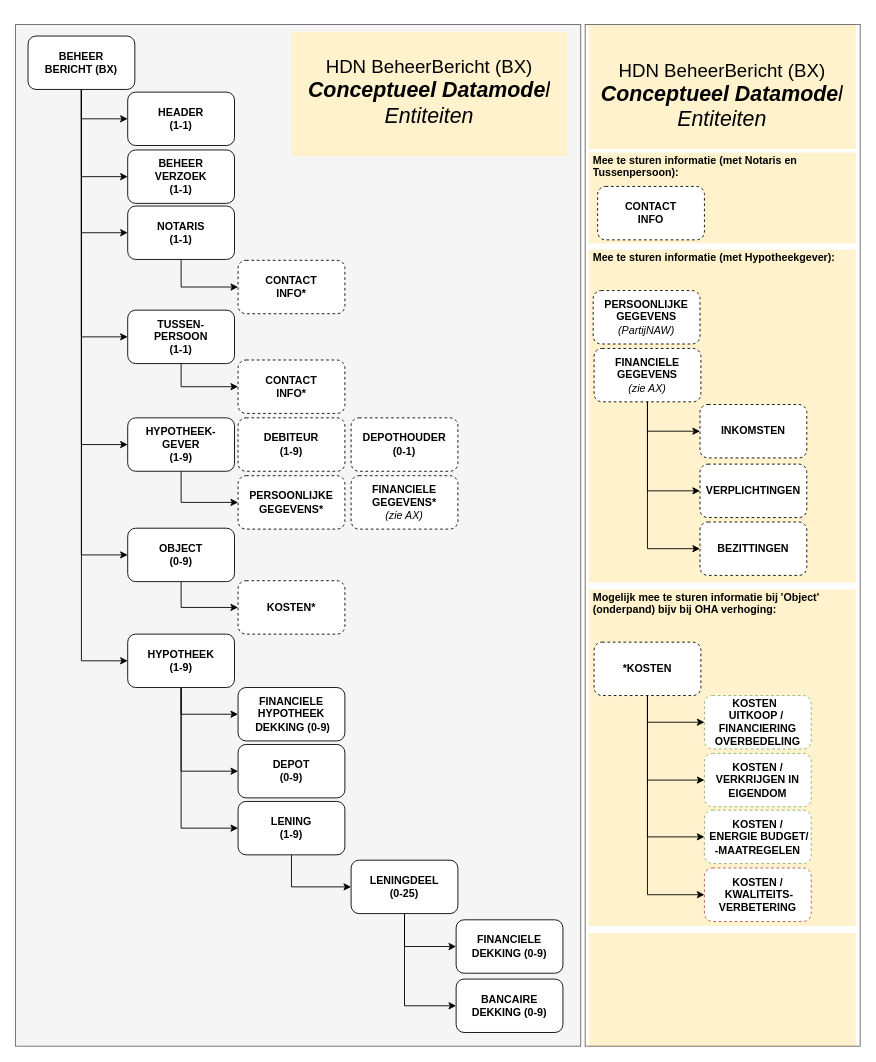
The draw.io diagram page "DataModel BX" (1 of 9) of HDN_BX_MM_OntslagHoofdelijk.drawio in luchthandel/diagrams, before the edit. Source tidied: cells renumbered, new cells numbered last; positions are measured from the earlier drawing's top-left corner, leaving out a move shared by most shapes. Both pictures are drawn from the tidied source at 89%, with x=0, y=0 at pixel (15, 24).
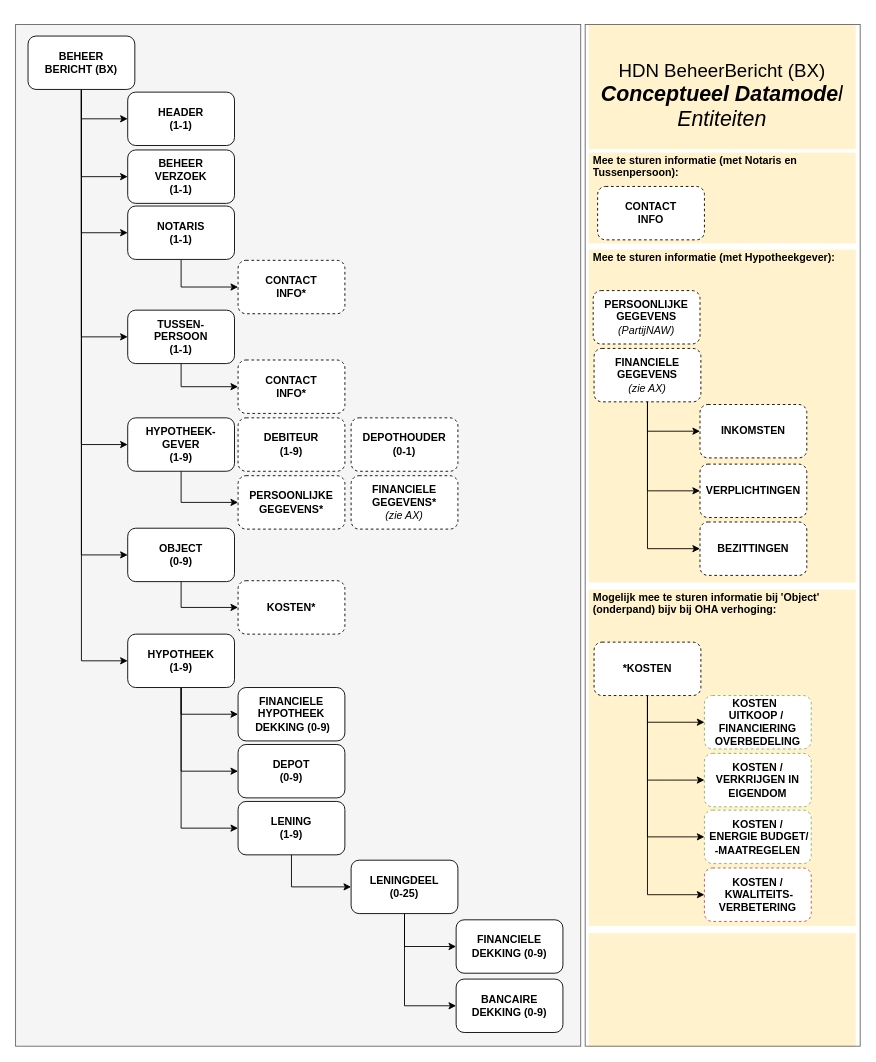
Above is the later version.

What changed in the source:
```diff
@@
-    <mxCell id="65" value="&lt;p&gt;&lt;font style=&quot;font-size: 21px&quot;&gt;&lt;br class=&quot;Apple-interchange-newline&quot;&gt;HDN BeheerBericht (BX)&lt;br&gt;&lt;/font&gt;&lt;i&gt;&lt;span style=&quot;font-size: 24px&quot;&gt;&lt;b&gt;Conceptueel Datamode&lt;/b&gt;l&lt;br&gt;Entiteiten&lt;/span&gt;&lt;/i&gt;&lt;br&gt;&lt;/p&gt;" style="text;html=1;fillColor=#fff2cc;spacing=5;spacingTop=-20;whiteSpace=wrap;overflow=hidden;rounded=0;verticalAlign=top;dashed=1;align=center;" parent="1" vertex="1">
-      <mxGeometry x="310" y="8" width="310" height="140" as="geometry" />
-    </mxCell>
```
